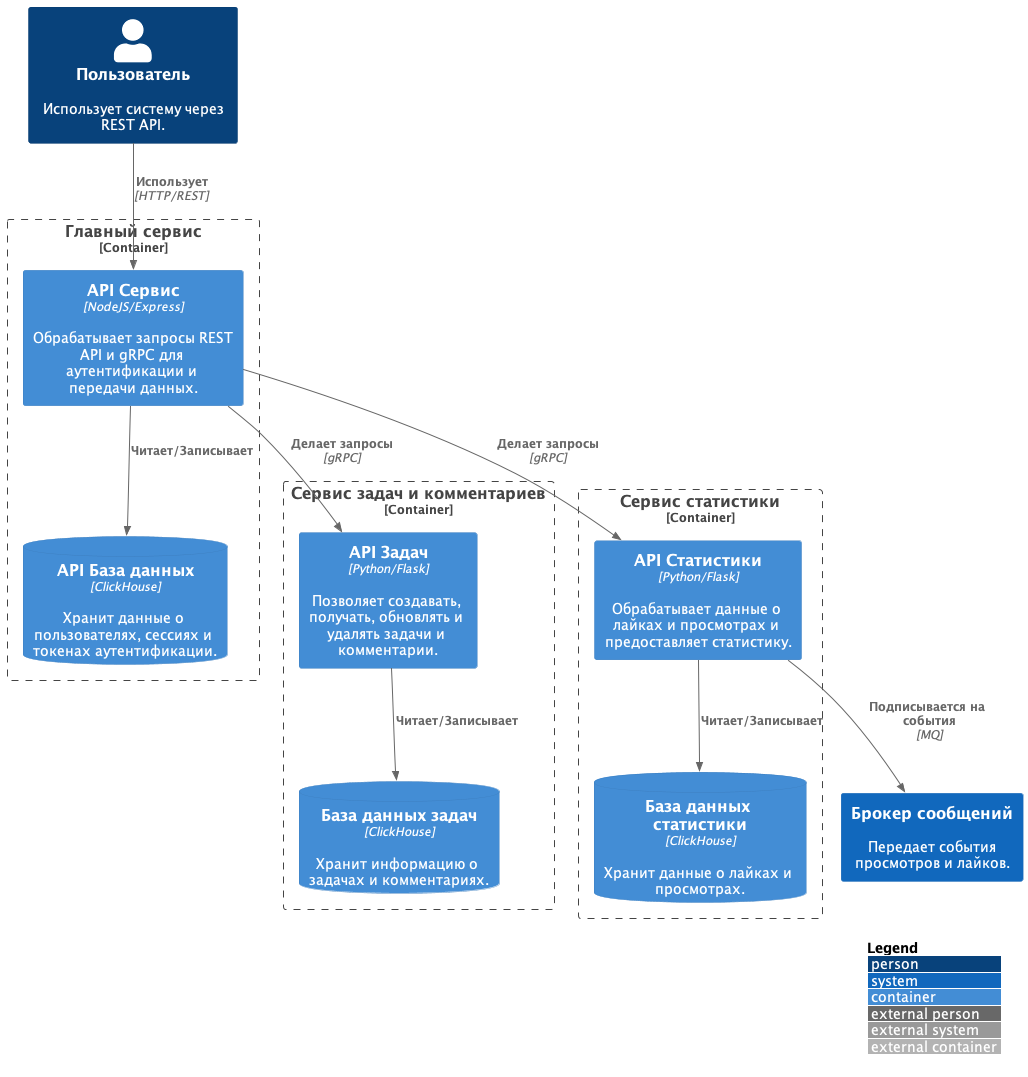
Before: out/tracker/doc/container_diagram/container_diagram.png, a diagram exported from PlantUML (HazyMrf/SOA).
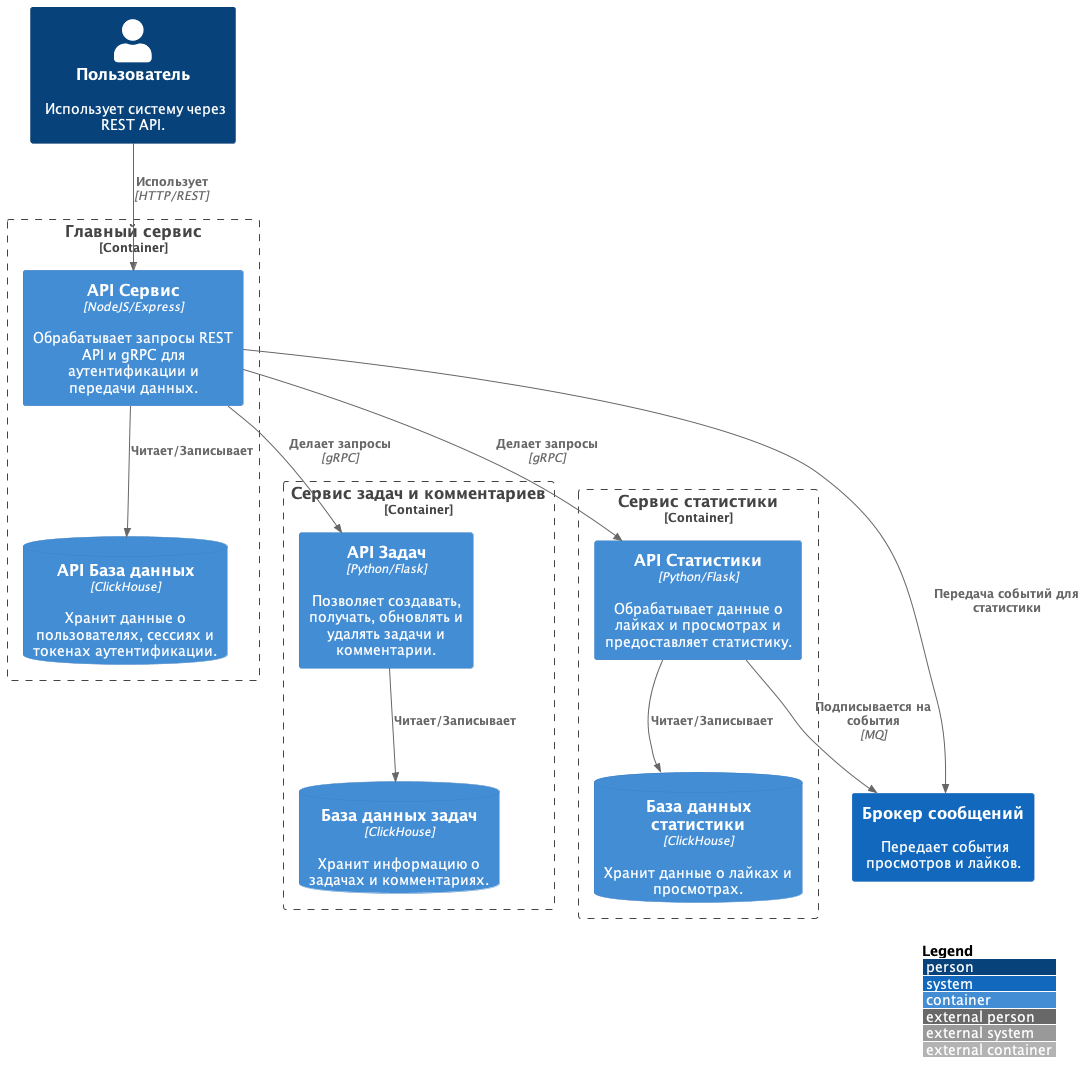
The same file after the commit.

The edit, as a diff of the source:
```diff
@@ -29,6 +29,7 @@
 Rel(tasks_api, tasks_db, "Читает/Записывает")
 Rel(stats_api, stats_db, "Читает/Записывает")
 
+Rel(main_api, broker, "Передача событий для статистики")
 Rel(stats_api, broker, "Подписывается на события", "MQ")
 
 @enduml
```
